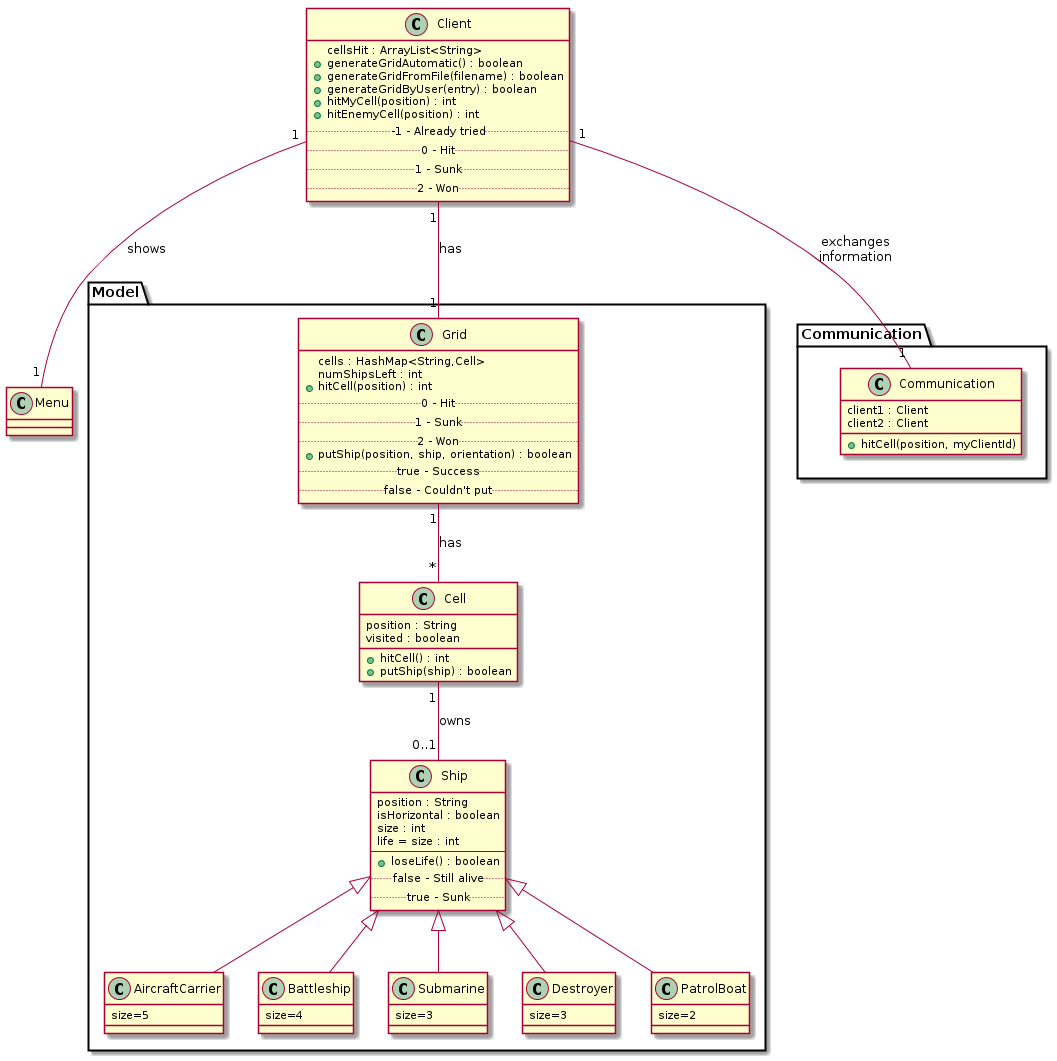
Before: diagrams/class-diagrams/classDiagram.png, a diagram exported from PlantUML (Solero93/DistributedSoftwareDevelopment).
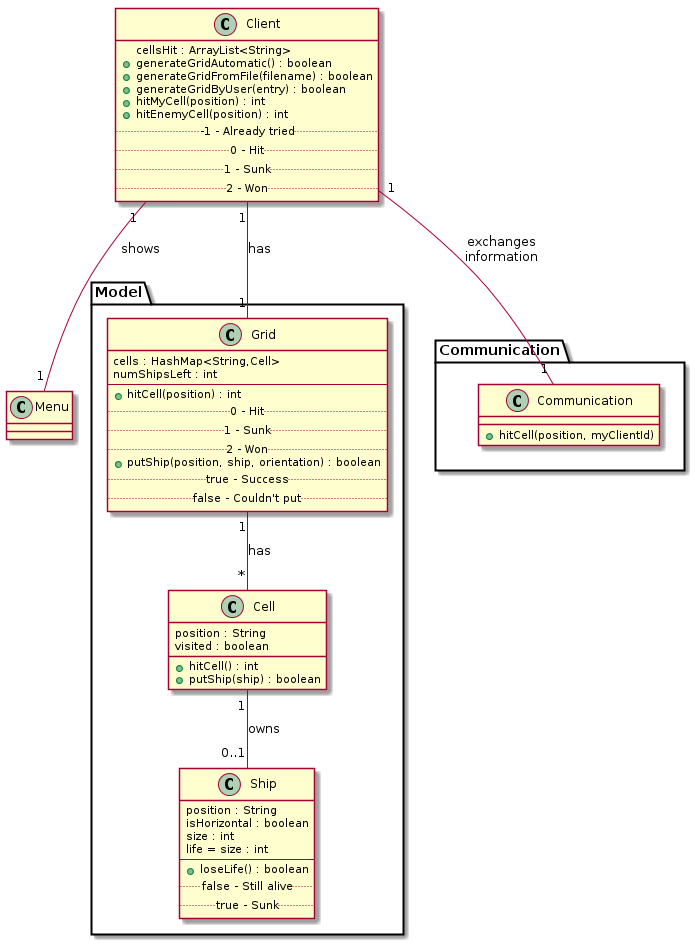
The same diagram one commit later.

The edit, as a diff of the source:
```diff
@@ -20,6 +20,7 @@
 	class Grid {
 		cells : HashMap<String,Cell>
 		numShipsLeft : int
+		----
 		+hitCell(position) : int
 		.. 0 - Hit ..
 		.. 1 - Sunk ..
@@ -46,32 +47,10 @@
 		.. false - Still alive ..
 		.. true - Sunk ..
 	}
-
-	class AircraftCarrier extends Ship{
-		size=5
-	}
-
-	class Battleship extends Ship{
-		size=4
-	}
-
-	class Submarine extends Ship{
-		size=3
-	}
-
-	class Destroyer extends Ship{
-		size=3
-	}
-
-	class PatrolBoat extends Ship{
-		size=2
-	}
 }
 
 package Communication {
 	class Communication{
-		client1 : Client
-		client2 : Client
 		+hitCell(position, myClientId)
 	}
 }
```
